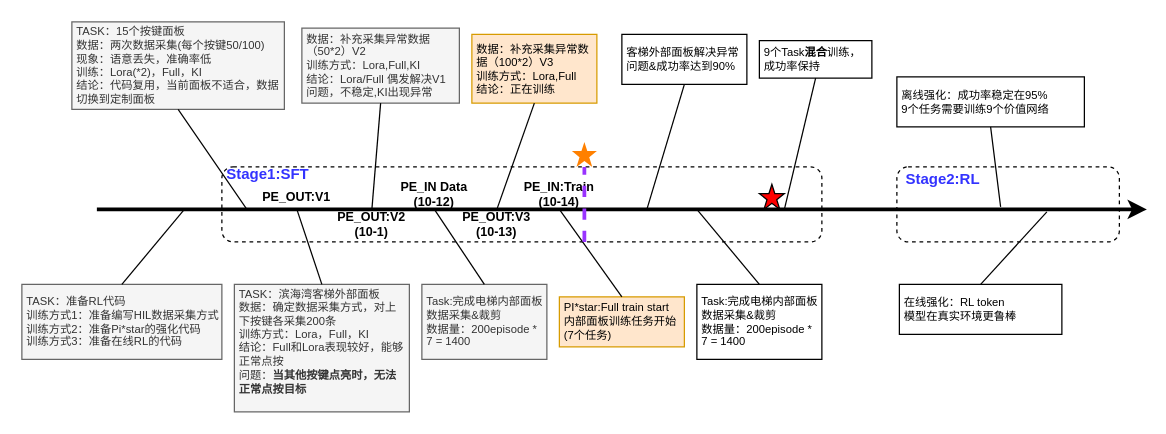
Above: LLM/VLA/VLA-电梯按键场景.drawio in mailonghua/drawio (draw.io), before the change. Source tidied: cells renumbered, new cells numbered last; positions are measured from the earlier drawing's top-left corner, leaving out a move shared by most shapes. Both pictures are drawn from the tidied source at 125%, with x=0, y=0 at pixel (21, 21).
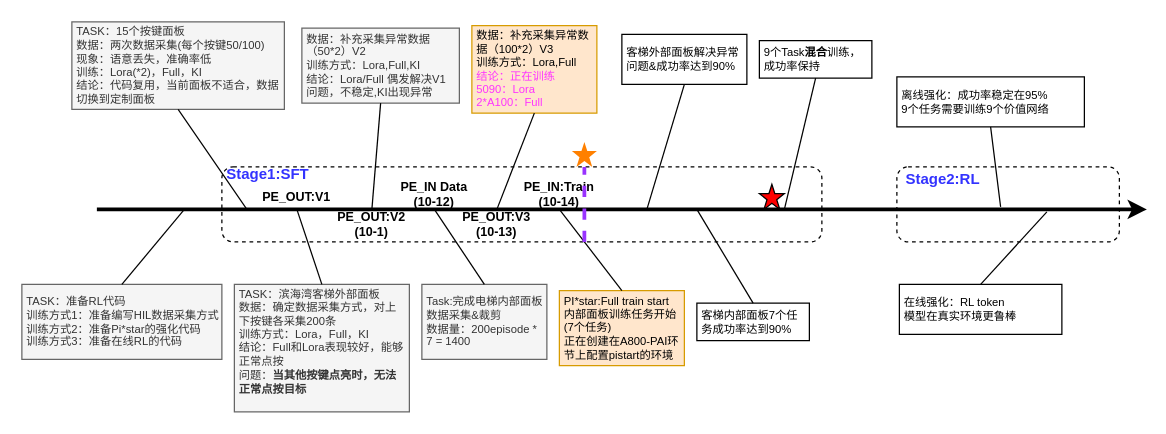
After the change.

Commit message:
更新VLA-电梯按键场景.drawio

Change to the diagram source:
```diff
@@
-    <mxCell id="17" value="数据：补充采集异常数据（100*2）V3&lt;br&gt;训练方式：Lora,Full&lt;br&gt;结论：正在训练" style="whiteSpace=wrap;html=1;rounded=0;arcSize=50;align=left;verticalAlign=middle;strokeWidth=1;spacing=4;newEdgeStyle={&quot;edgeStyle&quot;:&quot;entityRelationEdgeStyle&quot;,&quot;startArrow&quot;:&quot;none&quot;,&quot;endArrow&quot;:&quot;none&quot;,&quot;segment&quot;:10,&quot;curved&quot;:1,&quot;sourcePerimeterSpacing&quot;:0,&quot;targetPerimeterSpacing&quot;:0};fontSize=9;fillColor=#ffe6cc;strokeColor=#d79b00;" parent="1" vertex="1">
-      <mxGeometry x="360" y="10" width="100" height="55" as="geometry" />
+    <mxCell id="17" value="数据：补充采集异常数据（100*2）V3&lt;br&gt;训练方式：Lora,Full&lt;br&gt;&lt;span style=&quot;color: rgb(255, 51, 255);&quot;&gt;结论：正在训练&lt;br&gt;5090：Lora&lt;br&gt;2*A100：Full&lt;/span&gt;" style="whiteSpace=wrap;html=1;rounded=0;arcSize=50;align=left;verticalAlign=middle;strokeWidth=1;spacing=4;newEdgeStyle={&quot;edgeStyle&quot;:&quot;entityRelationEdgeStyle&quot;,&quot;startArrow&quot;:&quot;none&quot;,&quot;endArrow&quot;:&quot;none&quot;,&quot;segment&quot;:10,&quot;curved&quot;:1,&quot;sourcePerimeterSpacing&quot;:0,&quot;targetPerimeterSpacing&quot;:0};fontSize=9;fillColor=#ffe6cc;strokeColor=#d79b00;" parent="1" vertex="1">
+      <mxGeometry x="360" y="3" width="100" height="70" as="geometry" />
     </mxCell>
@@
-    <mxCell id="20" value="PI*star:Full train start&lt;br&gt;内部面板训练任务开始(7个任务)" style="whiteSpace=wrap;html=1;rounded=0;arcSize=50;align=left;verticalAlign=middle;strokeWidth=1;spacing=4;newEdgeStyle={&quot;edgeStyle&quot;:&quot;entityRelationEdgeStyle&quot;,&quot;startArrow&quot;:&quot;none&quot;,&quot;endArrow&quot;:&quot;none&quot;,&quot;segment&quot;:10,&quot;curved&quot;:1,&quot;sourcePerimeterSpacing&quot;:0,&quot;targetPerimeterSpacing&quot;:0};fillColor=#ffe6cc;strokeColor=#d79b00;fontSize=9;" parent="1" vertex="1">
-      <mxGeometry x="430" y="220" width="100" height="40" as="geometry" />
+    <mxCell id="20" value="PI*star:Full train start&lt;br&gt;内部面板训练任务开始(7个任务)&lt;br&gt;正在创建在A800-PAI环节上配置pistart的环境" style="whiteSpace=wrap;html=1;rounded=0;arcSize=50;align=left;verticalAlign=middle;strokeWidth=1;spacing=4;newEdgeStyle={&quot;edgeStyle&quot;:&quot;entityRelationEdgeStyle&quot;,&quot;startArrow&quot;:&quot;none&quot;,&quot;endArrow&quot;:&quot;none&quot;,&quot;segment&quot;:10,&quot;curved&quot;:1,&quot;sourcePerimeterSpacing&quot;:0,&quot;targetPerimeterSpacing&quot;:0};fillColor=#ffe6cc;strokeColor=#d79b00;fontSize=9;" parent="1" vertex="1">
+      <mxGeometry x="430" y="215" width="100" height="60" as="geometry" />
     </mxCell>
@@
-    <mxCell id="29" value="Task:完成电梯内部面板数据采集&amp;amp;裁剪&lt;br&gt;数据量：200episode * 7 = 1400&amp;nbsp;" style="whiteSpace=wrap;html=1;rounded=0;arcSize=50;align=left;verticalAlign=middle;strokeWidth=1;spacing=4;newEdgeStyle={&quot;edgeStyle&quot;:&quot;entityRelationEdgeStyle&quot;,&quot;startArrow&quot;:&quot;none&quot;,&quot;endArrow&quot;:&quot;none&quot;,&quot;segment&quot;:10,&quot;curved&quot;:1,&quot;sourcePerimeterSpacing&quot;:0,&quot;targetPerimeterSpacing&quot;:0};fontSize=9;" parent="1" vertex="1">
-      <mxGeometry x="540" y="210" width="100" height="60" as="geometry" />
+    <mxCell id="29" value="客梯内部面板7个任务成功率达到90%" style="whiteSpace=wrap;html=1;rounded=0;arcSize=50;align=left;verticalAlign=middle;strokeWidth=1;spacing=4;newEdgeStyle={&quot;edgeStyle&quot;:&quot;entityRelationEdgeStyle&quot;,&quot;startArrow&quot;:&quot;none&quot;,&quot;endArrow&quot;:&quot;none&quot;,&quot;segment&quot;:10,&quot;curved&quot;:1,&quot;sourcePerimeterSpacing&quot;:0,&quot;targetPerimeterSpacing&quot;:0};fontSize=9;" parent="1" vertex="1">
+      <mxGeometry x="540" y="225" width="90" height="30" as="geometry" />
     </mxCell>
```
